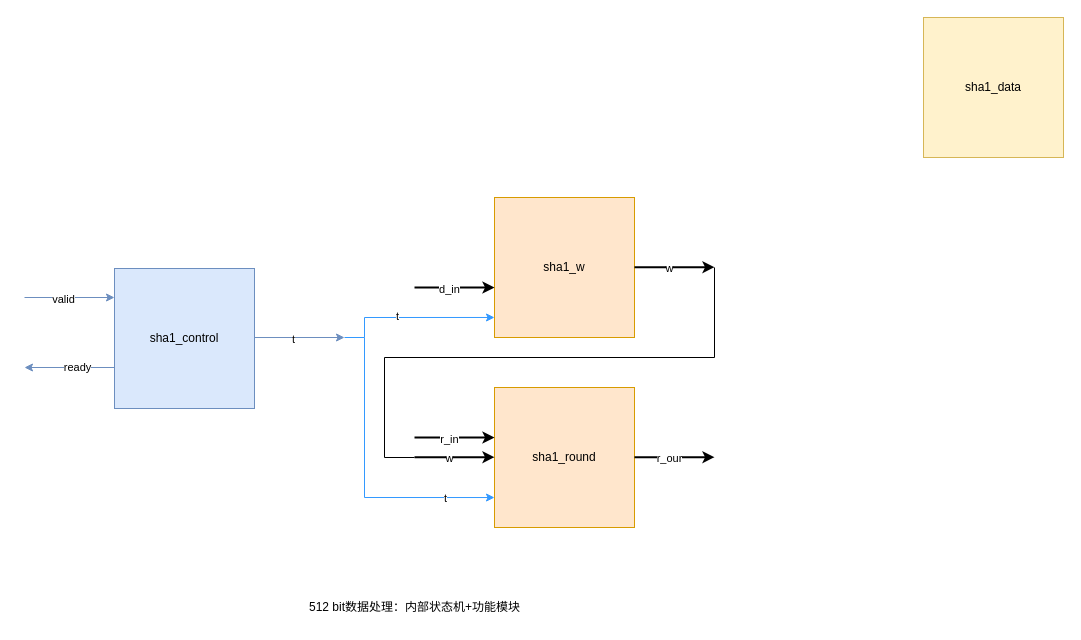
Before: SHA1.drawio in ZPNMiaoHeng/drawioFolder, a draw.io diagram. Source tidied: cells renumbered, new cells numbered last; positions are measured from the earlier drawing's top-left corner, leaving out a move shared by most shapes. Both pictures are drawn from the tidied source at 100%, with x=0, y=0 at pixel (24, 17).
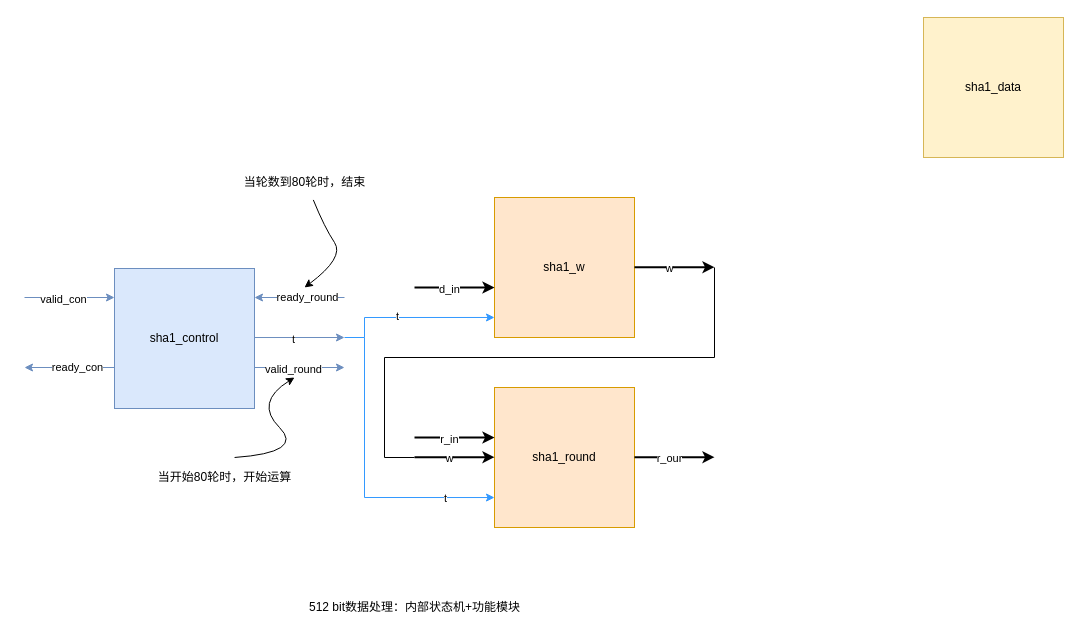
After the change.

The change refers to these unchanged cells:
```xml
<mxCell id="20" style="endArrow=classic;html=1;rounded=0;strokeWidth=1;fillColor=#dae8fc;strokeColor=#6c8ebf;" parent="1" edge="1">
  <mxGeometry relative="1" as="geometry">
    <mxPoint y="280" as="sourcePoint" />
    <mxPoint x="90" y="280" as="targetPoint" />
  </mxGeometry>
</mxCell>
<mxCell id="26" style="endArrow=classic;html=1;rounded=0;strokeWidth=1;fillColor=#dae8fc;strokeColor=#6c8ebf;exitX=1;exitY=0.707;exitDx=0;exitDy=0;exitPerimeter=0;" parent="1" edge="1">
  <mxGeometry relative="1" as="geometry">
    <mxPoint x="90" y="350" as="sourcePoint" />
    <mxPoint y="350" as="targetPoint" />
  </mxGeometry>
</mxCell>
```

Diff of the diagram source:
```diff
@@
-    <mxCell id="21" value="valid" style="edgeLabel;html=1;align=center;verticalAlign=middle;" parent="20" vertex="1">
+    <mxCell id="21" value="valid_con" style="edgeLabel;html=1;align=center;verticalAlign=middle;" parent="20" vertex="1">
       <mxGeometry x="-0.15" y="-1" relative="1" as="geometry" />
     </mxCell>
@@
-    <mxCell id="27" value="ready" style="edgeLabel;html=1;align=center;verticalAlign=middle;" parent="26" vertex="1">
+    <mxCell id="27" value="ready_con" style="edgeLabel;html=1;align=center;verticalAlign=middle;" parent="26" vertex="1">
       <mxGeometry x="-0.15" y="-1" relative="1" as="geometry" />
     </mxCell>
+    <mxCell id="28" style="endArrow=classic;html=1;rounded=0;strokeWidth=1;fillColor=#dae8fc;strokeColor=#6c8ebf;" parent="1" edge="1">
+      <mxGeometry relative="1" as="geometry">
+        <mxPoint x="230" y="350" as="sourcePoint" />
+        <mxPoint x="320" y="350" as="targetPoint" />
+      </mxGeometry>
+    </mxCell>
+    <mxCell id="29" value="valid_round&lt;br&gt;" style="edgeLabel;html=1;align=center;verticalAlign=middle;" parent="28" vertex="1">
+      <mxGeometry x="-0.15" y="-1" relative="1" as="geometry" />
+    </mxCell>
+    <mxCell id="30" value="当开始80轮时，开始运算&lt;br&gt;" style="text;html=1;align=center;verticalAlign=middle;points=[];strokeColor=none;fillColor=none;" parent="1" vertex="1">
+      <mxGeometry x="120" y="445" width="160" height="30" as="geometry" />
+    </mxCell>
+    <mxCell id="31" style="curved=1;endArrow=classic;html=1;rounded=0;strokeWidth=1;exitX=0.563;exitY=-0.167;exitDx=0;exitDy=0;exitPerimeter=0;" parent="1" edge="1" source="30">
+      <mxGeometry relative="1" as="geometry">
+        <mxPoint x="270" y="360" as="targetPoint" />
+        <Array as="points">
+          <mxPoint x="280" y="435" />
+          <mxPoint x="230" y="385" />
+        </Array>
+      </mxGeometry>
+    </mxCell>
+    <mxCell id="32" style="endArrow=classic;html=1;rounded=0;strokeWidth=1;fillColor=#dae8fc;strokeColor=#6c8ebf;exitX=1;exitY=0.707;exitDx=0;exitDy=0;exitPerimeter=0;" parent="1" edge="1">
+      <mxGeometry relative="1" as="geometry">
+        <mxPoint x="320" y="280" as="sourcePoint" />
+        <mxPoint x="230" y="280" as="targetPoint" />
+      </mxGeometry>
+    </mxCell>
+    <mxCell id="33" value="ready_round" style="edgeLabel;html=1;align=center;verticalAlign=middle;" parent="32" vertex="1">
+      <mxGeometry x="-0.15" y="-1" relative="1" as="geometry" />
+    </mxCell>
+    <mxCell id="34" value="当轮数到80轮时，结束" style="text;html=1;align=center;verticalAlign=middle;points=[];strokeColor=none;fillColor=none;" parent="1" vertex="1">
+      <mxGeometry x="210" y="150" width="140" height="30" as="geometry" />
+    </mxCell>
+    <mxCell id="35" style="curved=1;endArrow=classic;html=1;rounded=0;strokeWidth=1;exitX=0.563;exitY=1.081;exitDx=0;exitDy=0;exitPerimeter=0;" parent="1" edge="1" source="34">
+      <mxGeometry relative="1" as="geometry">
+        <mxPoint x="280" y="270" as="targetPoint" />
+        <Array as="points">
+          <mxPoint x="300" y="210" />
+          <mxPoint x="320" y="240" />
+        </Array>
+      </mxGeometry>
+    </mxCell>
```
